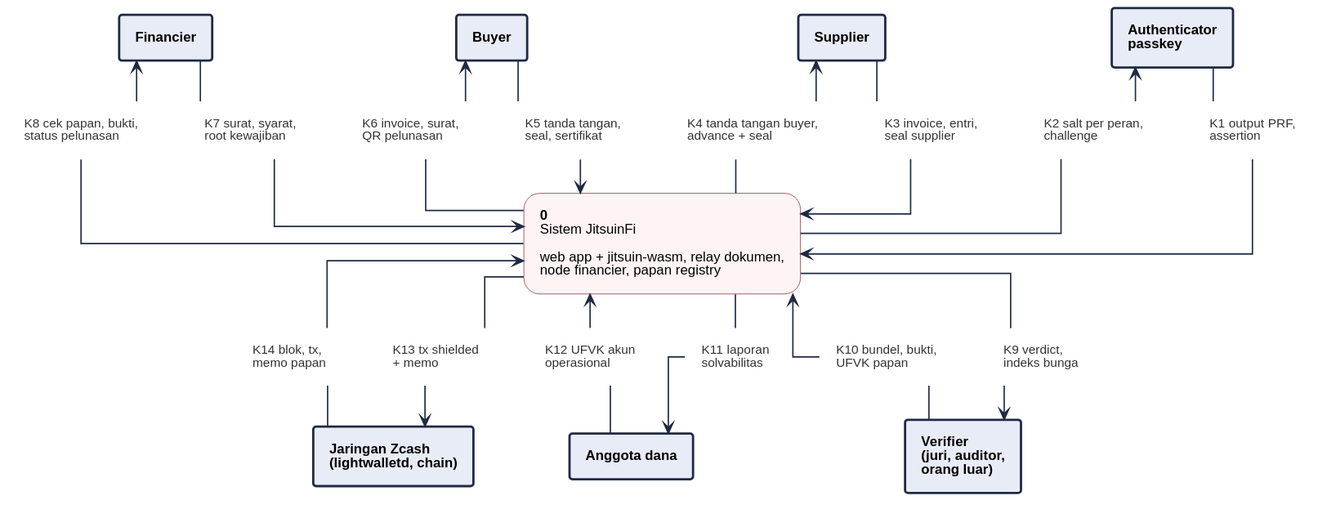
Earlier version of the PlantUML export 08-FlowDiagrams/assets/dfd-0.svg (JitsuinFi/jitsuinfi-vault). Source of this version:
```plantuml
@startuml
!include dfd-style.iuml
skinparam nodesep 30
skinparam ranksep 30
rectangle "Authenticator\npasskey" <<entity>> as A
rectangle "Supplier" <<entity>> as S
rectangle "Buyer" <<entity>> as B
rectangle "Financier" <<entity>> as F
rectangle "K1 output PRF,\nassertion" <<flow>> as k1
rectangle "K2 salt per peran,\nchallenge" <<flow>> as k2
rectangle "K3 invoice, entri,\nseal supplier" <<flow>> as k3
rectangle "K4 tanda tangan buyer,\nadvance + seal" <<flow>> as k4
rectangle "K5 tanda tangan,\nseal, sertifikat" <<flow>> as k5
rectangle "K6 invoice, surat,\nQR pelunasan" <<flow>> as k6
rectangle "K7 surat, syarat,\nroot kewajiban" <<flow>> as k7
rectangle "K8 cek papan, bukti,\nstatus pelunasan" <<flow>> as k8
rectangle "**0**\nSistem JitsuinFi\n\nweb app + jitsuin-wasm, relay dokumen,\nnode financier, papan registry" <<process>> as P
rectangle "K9 verdict,\nindeks bunga" <<flow>> as k9
rectangle "K10 bundel, bukti,\nUFVK papan" <<flow>> as k10
rectangle "K11 laporan\nsolvabilitas" <<flow>> as k11
rectangle "K12 UFVK akun\noperasional" <<flow>> as k12
rectangle "K13 tx shielded\n+ memo" <<flow>> as k13
rectangle "K14 blok, tx,\nmemo papan" <<flow>> as k14
rectangle "Verifier\n(juri, auditor,\norang luar)" <<entity>> as V
rectangle "Anggota dana" <<entity>> as M
rectangle "Jaringan Zcash\n(lightwalletd, chain)" <<entity>> as Z
A -down- k1
k1 -down-> P
P -up- k2
k2 -up-> A
S -down- k3
k3 -down-> P
P -up- k4
k4 -up-> S
B -down- k5
k5 -down-> P
P -up- k6
k6 -up-> B
F -down- k7
k7 -down-> P
P -up- k8
k8 -up-> F
P -down- k9
k9 -down-> V
V -up- k10
k10 -up-> P
P -down- k11
k11 -down-> M
M -up- k12
k12 -up-> P
P -down- k13
k13 -down-> Z
Z -up- k14
k14 -up-> P
@enduml
```
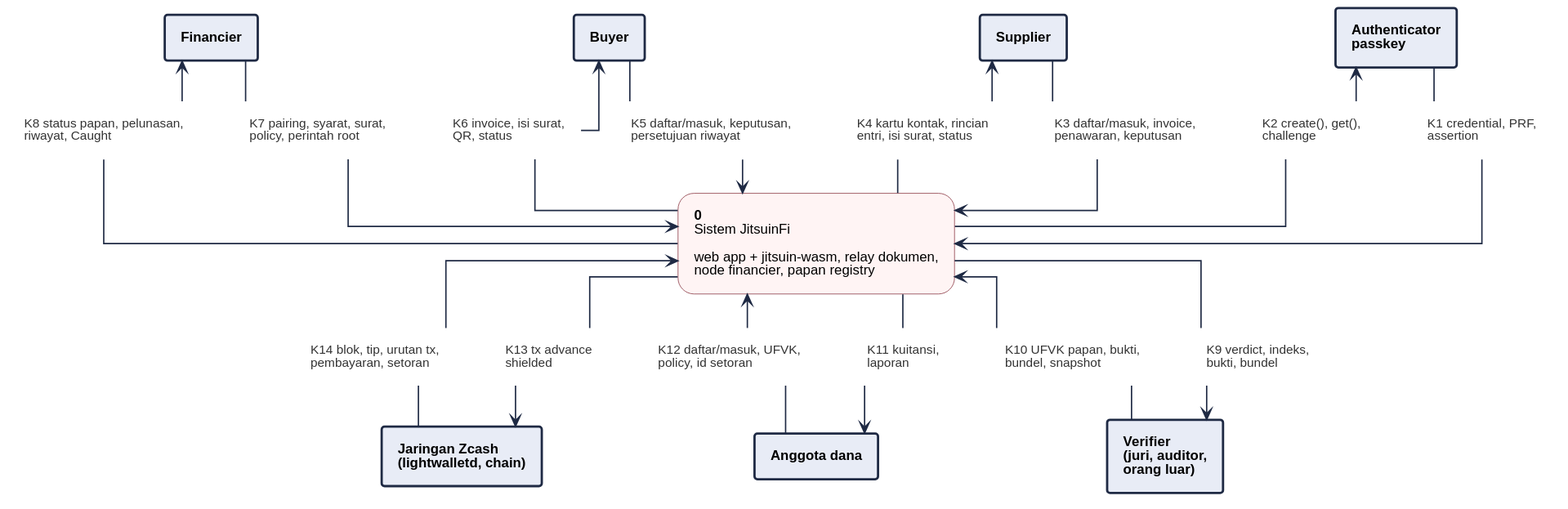
The same diagram one commit later.

What changed in the source:
```diff
@@ -6,21 +6,21 @@
 rectangle "Supplier" <<entity>> as S
 rectangle "Buyer" <<entity>> as B
 rectangle "Financier" <<entity>> as F
-rectangle "K1 output PRF,\nassertion" <<flow>> as k1
-rectangle "K2 salt per peran,\nchallenge" <<flow>> as k2
-rectangle "K3 invoice, entri,\nseal supplier" <<flow>> as k3
-rectangle "K4 tanda tangan buyer,\nadvance + seal" <<flow>> as k4
-rectangle "K5 tanda tangan,\nseal, sertifikat" <<flow>> as k5
-rectangle "K6 invoice, surat,\nQR pelunasan" <<flow>> as k6
-rectangle "K7 surat, syarat,\nroot kewajiban" <<flow>> as k7
-rectangle "K8 cek papan, bukti,\nstatus pelunasan" <<flow>> as k8
+rectangle "K1 credential, PRF,\nassertion" <<flow>> as k1
+rectangle "K2 create(), get(),\nchallenge" <<flow>> as k2
+rectangle "K3 daftar/masuk, invoice,\npenawaran, keputusan" <<flow>> as k3
+rectangle "K4 kartu kontak, rincian\nentri, isi surat, status" <<flow>> as k4
+rectangle "K5 daftar/masuk, keputusan,\npersetujuan riwayat" <<flow>> as k5
+rectangle "K6 invoice, isi surat,\nQR, status" <<flow>> as k6
+rectangle "K7 pairing, syarat, surat,\npolicy, perintah root" <<flow>> as k7
+rectangle "K8 status papan, pelunasan,\nriwayat, Caught" <<flow>> as k8
 rectangle "**0**\nSistem JitsuinFi\n\nweb app + jitsuin-wasm, relay dokumen,\nnode financier, papan registry" <<process>> as P
-rectangle "K9 verdict,\nindeks bunga" <<flow>> as k9
-rectangle "K10 bundel, bukti,\nUFVK papan" <<flow>> as k10
-rectangle "K11 laporan\nsolvabilitas" <<flow>> as k11
-rectangle "K12 UFVK akun\noperasional" <<flow>> as k12
-rectangle "K13 tx shielded\n+ memo" <<flow>> as k13
-rectangle "K14 blok, tx,\nmemo papan" <<flow>> as k14
+rectangle "K9 verdict, indeks,\nbukti, bundel" <<flow>> as k9
+rectangle "K10 UFVK papan, bukti,\nbundel, snapshot" <<flow>> as k10
+rectangle "K11 kuitansi,\nlaporan" <<flow>> as k11
+rectangle "K12 daftar/masuk, UFVK,\npolicy, id setoran" <<flow>> as k12
+rectangle "K13 tx advance\nshielded" <<flow>> as k13
+rectangle "K14 blok, tip, urutan tx,\npembayaran, setoran" <<flow>> as k14
 rectangle "Verifier\n(juri, auditor,\norang luar)" <<entity>> as V
 rectangle "Anggota dana" <<entity>> as M
 rectangle "Jaringan Zcash\n(lightwalletd, chain)" <<entity>> as Z
```
